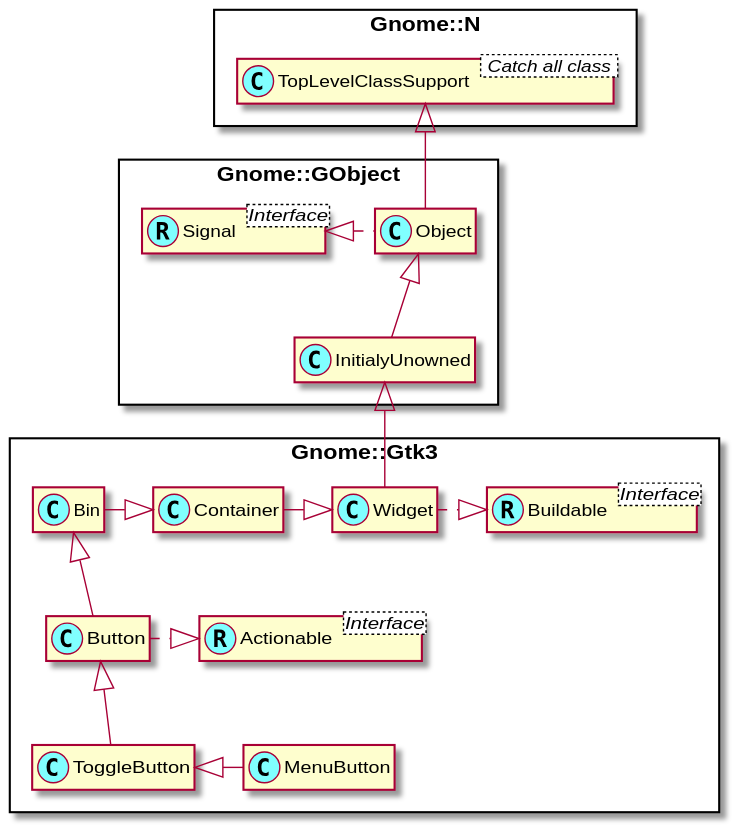
MARTIMM/gnome-gtk3 keeps this PlantUML diagram as docs/content-docs/reference/Gtk3/plantuml/MenuButton.svg. Above is the earlier version. Its diagram source:
```plantuml
@startuml
skinparam packageStyle rectangle
skinparam stereotypeCBackgroundColor #80ffff
set namespaceSeparator ::
hide members


class Gnome::N::TopLevelClassSupport < Catch all class >

Interface Gnome::GObject::Signal <Interface>
class Gnome::GObject::Signal <<(R,#80ffff)>>

Interface Gnome::Gtk3::Buildable <Interface>
class Gnome::Gtk3::Buildable <<(R,#80ffff)>>

Interface Gnome::Gtk3::Actionable <Interface>
class Gnome::Gtk3::Actionable <<(R,#80ffff)>>

Gnome::N::TopLevelClassSupport <|-- Gnome::GObject::Object
Gnome::GObject::Object <|-- Gnome::GObject::InitialyUnowned
Gnome::GObject::Signal <|. Gnome::GObject::Object

Gnome::GObject::InitialyUnowned <|-- Gnome::Gtk3::Widget
Gnome::Gtk3::Widget .|> Gnome::Gtk3::Buildable
Gnome::Gtk3::Container -|> Gnome::Gtk3::Widget
Gnome::Gtk3::Bin -|> Gnome::Gtk3::Container
Gnome::Gtk3::Bin <|-- Gnome::Gtk3::Button
Gnome::Gtk3::Button .|> Gnome::Gtk3::Actionable
Gnome::Gtk3::Button <|-- Gnome::Gtk3::ToggleButton
Gnome::Gtk3::ToggleButton <|- Gnome::Gtk3::MenuButton

@enduml
```
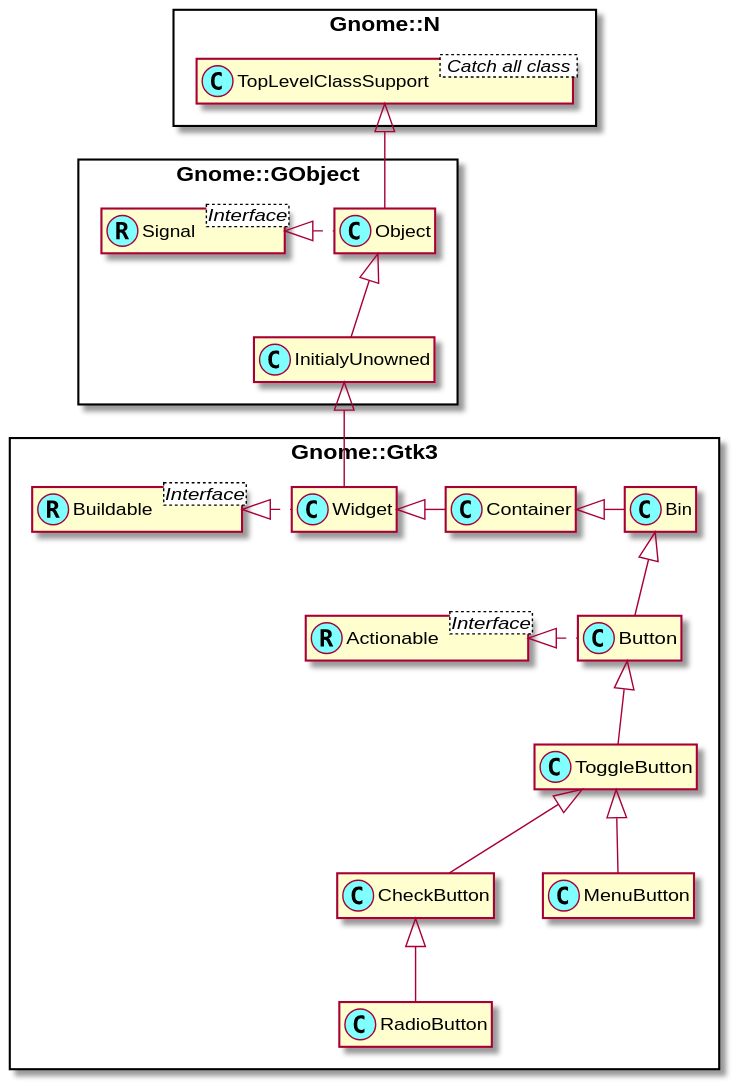
After the change.

The edit, as a diff of the source:
```diff
@@ -16,17 +16,37 @@
 Interface Gnome::Gtk3::Actionable <Interface>
 class Gnome::Gtk3::Actionable <<(R,#80ffff)>>
 
+
+
+
+
+
+
 Gnome::N::TopLevelClassSupport <|-- Gnome::GObject::Object
 Gnome::GObject::Object <|-- Gnome::GObject::InitialyUnowned
 Gnome::GObject::Signal <|. Gnome::GObject::Object
 
 Gnome::GObject::InitialyUnowned <|-- Gnome::Gtk3::Widget
-Gnome::Gtk3::Widget .|> Gnome::Gtk3::Buildable
-Gnome::Gtk3::Container -|> Gnome::Gtk3::Widget
-Gnome::Gtk3::Bin -|> Gnome::Gtk3::Container
+
+Gnome::Gtk3::Widget <|- Gnome::Gtk3::Container
+Gnome::Gtk3::Container <|- Gnome::Gtk3::Bin
 Gnome::Gtk3::Bin <|-- Gnome::Gtk3::Button
-Gnome::Gtk3::Button .|> Gnome::Gtk3::Actionable
+
+
+
+Gnome::Gtk3::Buildable <|. Gnome::Gtk3::Widget
+
+Gnome::Gtk3::Actionable <|. Gnome::Gtk3::Button
+
+
+
+
+
+
+
 Gnome::Gtk3::Button <|-- Gnome::Gtk3::ToggleButton
-Gnome::Gtk3::ToggleButton <|- Gnome::Gtk3::MenuButton
+Gnome::Gtk3::ToggleButton <|-- Gnome::Gtk3::CheckButton
+Gnome::Gtk3::ToggleButton <|-- Gnome::Gtk3::MenuButton
+Gnome::Gtk3::CheckButton <|-- Gnome::Gtk3::RadioButton
 
 @enduml
```
